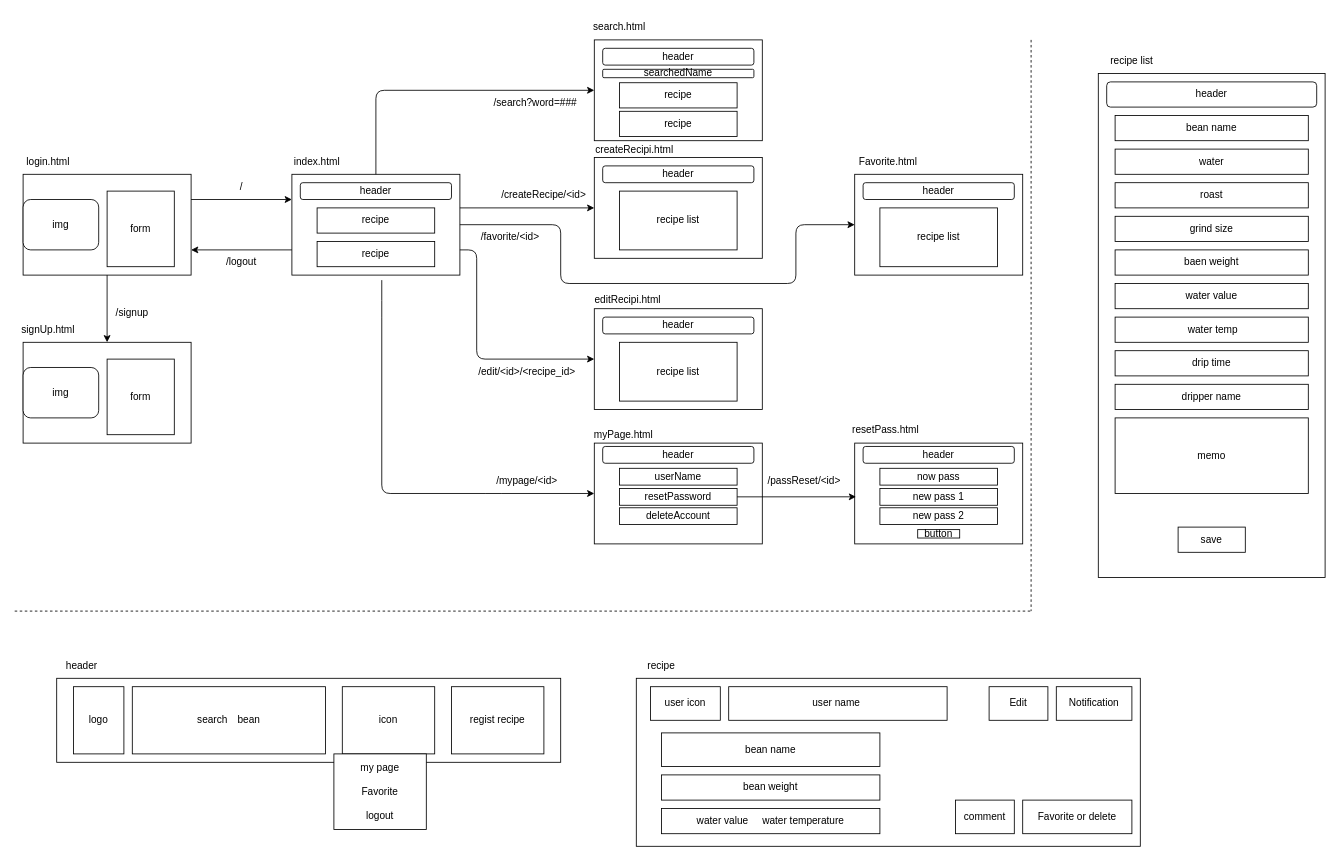
Above: screen.dio in sasa-0823/my_coffee (draw.io), before the change. Source tidied: cells renumbered, new cells numbered last; positions are measured from the earlier drawing's top-left corner, leaving out a move shared by most shapes. Both pictures are drawn from the tidied source at 84%, with x=0, y=0 at pixel (14, 14).
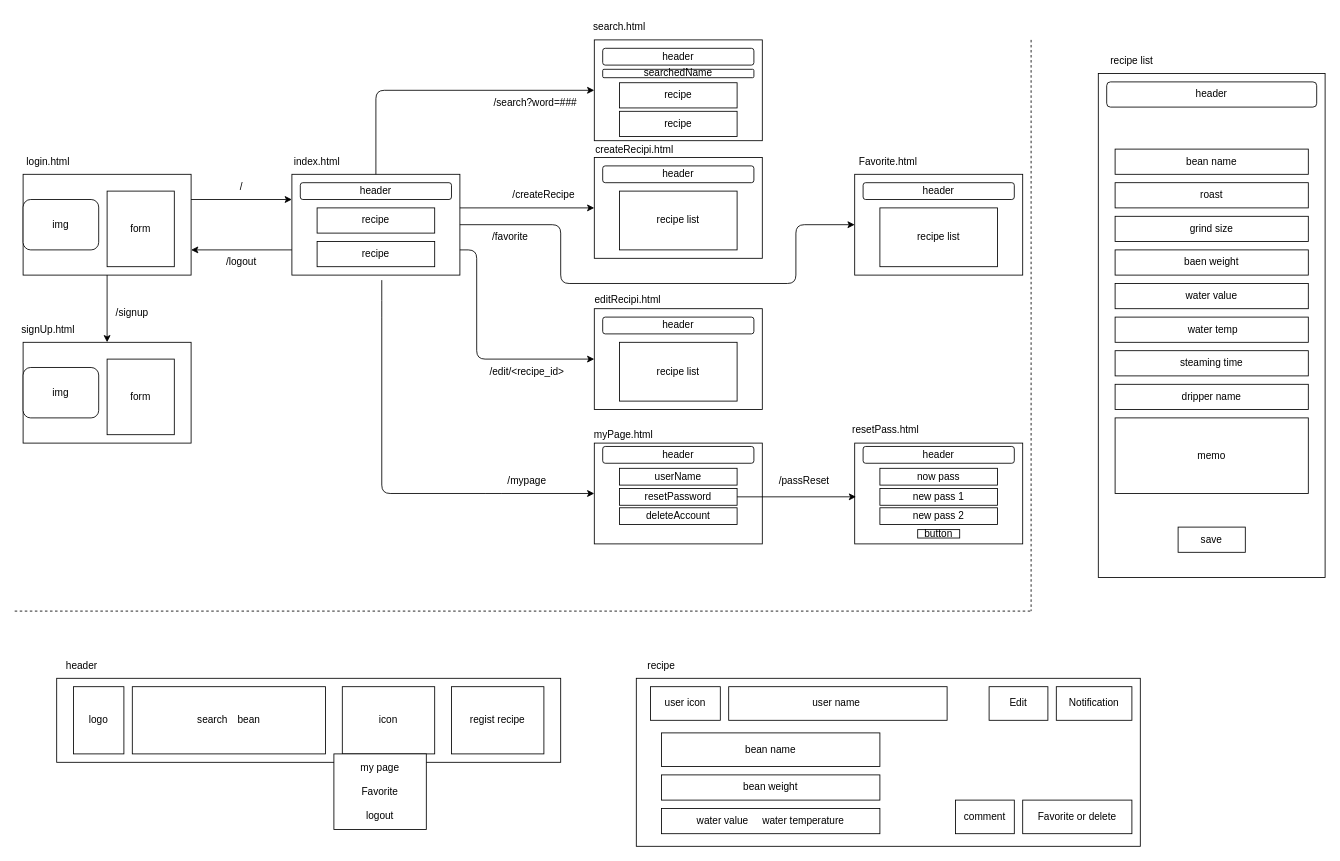
The same page after the edit.

The edit, as a diff of the source:
```diff
@@
     <mxCell id="80" value="bean name" style="rounded=0;whiteSpace=wrap;html=1;" parent="1" vertex="1">
-      <mxGeometry x="1310" y="120" width="230" height="30" as="geometry" />
+      <mxGeometry x="1310" y="160" width="230" height="30" as="geometry" />
     </mxCell>
@@
-    <mxCell id="82" value="water" style="rounded=0;whiteSpace=wrap;html=1;" parent="1" vertex="1">
-      <mxGeometry x="1310" y="160" width="230" height="30" as="geometry" />
-    </mxCell>
@@
-    <mxCell id="88" value="drip time" style="rounded=0;whiteSpace=wrap;html=1;" parent="1" vertex="1">
+    <mxCell id="88" value="steaming time" style="rounded=0;whiteSpace=wrap;html=1;" parent="1" vertex="1">
       <mxGeometry x="1310" y="400" width="230" height="30" as="geometry" />
     </mxCell>
@@
-    <mxCell id="94" value="/createRecipe/&amp;lt;id&amp;gt;" style="text;html=1;strokeColor=none;fillColor=none;align=center;verticalAlign=middle;whiteSpace=wrap;rounded=0;" parent="1" vertex="1">
+    <mxCell id="94" value="/createRecipe" style="text;html=1;strokeColor=none;fillColor=none;align=center;verticalAlign=middle;whiteSpace=wrap;rounded=0;" parent="1" vertex="1">
       <mxGeometry x="550" y="200" width="160" height="30" as="geometry" />
     </mxCell>
-    <mxCell id="95" value="/edit/&amp;lt;id&amp;gt;/&amp;lt;recipe_id&amp;gt;" style="text;html=1;strokeColor=none;fillColor=none;align=center;verticalAlign=middle;whiteSpace=wrap;rounded=0;" parent="1" vertex="1">
+    <mxCell id="95" value="/edit/&amp;lt;recipe_id&amp;gt;" style="text;html=1;strokeColor=none;fillColor=none;align=center;verticalAlign=middle;whiteSpace=wrap;rounded=0;" parent="1" vertex="1">
       <mxGeometry x="530" y="410" width="160" height="30" as="geometry" />
     </mxCell>
-    <mxCell id="96" value="/mypage/&amp;lt;id&amp;gt;" style="text;html=1;strokeColor=none;fillColor=none;align=center;verticalAlign=middle;whiteSpace=wrap;rounded=0;" parent="1" vertex="1">
+    <mxCell id="96" value="/mypage" style="text;html=1;strokeColor=none;fillColor=none;align=center;verticalAlign=middle;whiteSpace=wrap;rounded=0;" parent="1" vertex="1">
       <mxGeometry x="530" y="540" width="160" height="30" as="geometry" />
     </mxCell>
@@
-    <mxCell id="101" value="/passReset/&amp;lt;id&amp;gt;" style="text;html=1;strokeColor=none;fillColor=none;align=center;verticalAlign=middle;whiteSpace=wrap;rounded=0;" parent="1" vertex="1">
+    <mxCell id="101" value="/passReset" style="text;html=1;strokeColor=none;fillColor=none;align=center;verticalAlign=middle;whiteSpace=wrap;rounded=0;" parent="1" vertex="1">
       <mxGeometry x="860" y="540" width="160" height="30" as="geometry" />
     </mxCell>
@@
-    <mxCell id="108" value="/favorite/&amp;lt;id&amp;gt;" style="text;html=1;strokeColor=none;fillColor=none;align=center;verticalAlign=middle;whiteSpace=wrap;rounded=0;" parent="1" vertex="1">
+    <mxCell id="108" value="/favorite" style="text;html=1;strokeColor=none;fillColor=none;align=center;verticalAlign=middle;whiteSpace=wrap;rounded=0;" parent="1" vertex="1">
       <mxGeometry x="510" y="250" width="160" height="30" as="geometry" />
     </mxCell>
```
